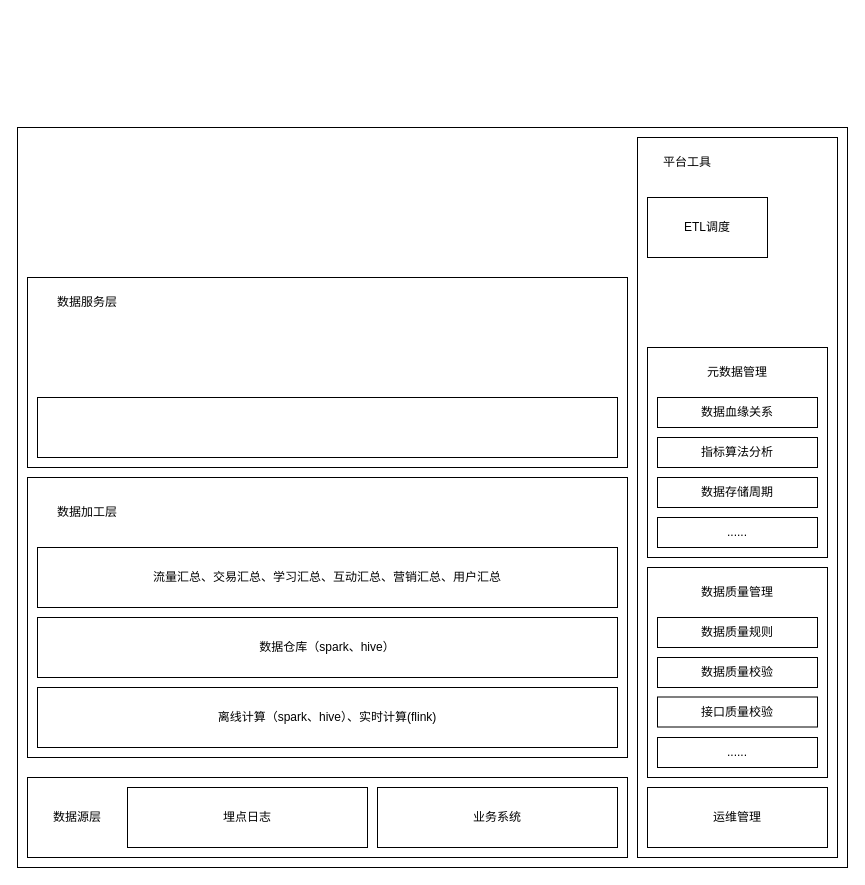
Before: 数仓功能架构.drawio in Jacoulin/draw, a draw.io diagram. Source tidied: cells renumbered, new cells numbered last; positions are measured from the earlier drawing's top-left corner, leaving out a move shared by most shapes. Both pictures are drawn from the tidied source at 100%, with x=0, y=0 at pixel (17, 127).
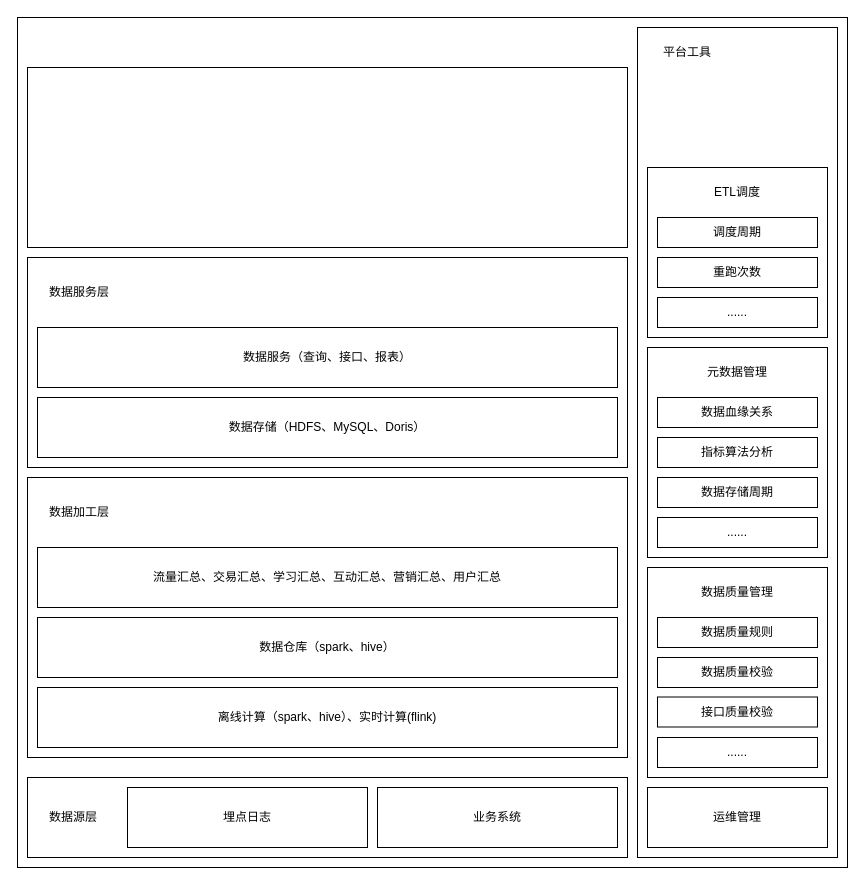
The same diagram, later.

Commit message (it also covers changes not shown here):
更新数仓功能架构.drawio

The edit, as a diff of the source:
```diff
@@
     <mxCell id="2" style="rounded=0;whiteSpace=wrap;html=1;" parent="1" vertex="1">
-      <mxGeometry width="830" height="740" as="geometry" />
+      <mxGeometry y="-110" width="830" height="850" as="geometry" />
     </mxCell>
@@
-    <mxCell id="4" value="数据加工层" style="text;html=1;strokeColor=none;fillColor=none;align=center;verticalAlign=middle;whiteSpace=wrap;rounded=0;" parent="1" vertex="1">
+    <mxCell id="4" value="数据加工层" style="text;html=1;strokeColor=none;fillColor=none;align=left;verticalAlign=middle;whiteSpace=wrap;rounded=0;" parent="1" vertex="1">
       <mxGeometry x="30" y="370" width="80" height="30" as="geometry" />
     </mxCell>
@@
-    <mxCell id="9" value="数据源层" style="text;html=1;strokeColor=none;fillColor=none;align=center;verticalAlign=middle;whiteSpace=wrap;rounded=0;" parent="1" vertex="1">
-      <mxGeometry x="30" y="675" width="60" height="30" as="geometry" />
-    </mxCell>
@@
     <mxCell id="12" style="rounded=0;whiteSpace=wrap;html=1;" parent="1" vertex="1">
-      <mxGeometry x="10" y="150" width="600" height="190" as="geometry" />
+      <mxGeometry x="10" y="130" width="600" height="210" as="geometry" />
     </mxCell>
-    <mxCell id="13" value="数据服务层" style="text;html=1;strokeColor=none;fillColor=none;align=center;verticalAlign=middle;whiteSpace=wrap;rounded=0;" parent="1" vertex="1">
-      <mxGeometry x="30" y="160" width="80" height="30" as="geometry" />
+    <mxCell id="13" value="数据服务层" style="text;html=1;strokeColor=none;fillColor=none;align=left;verticalAlign=middle;whiteSpace=wrap;rounded=0;" parent="1" vertex="1">
+      <mxGeometry x="30" y="150" width="80" height="30" as="geometry" />
     </mxCell>
-    <mxCell id="14" style="rounded=0;whiteSpace=wrap;html=1;" parent="1" vertex="1">
+    <mxCell id="14" value="数据存储（HDFS、MySQL、Doris）" style="rounded=0;whiteSpace=wrap;html=1;" parent="1" vertex="1">
       <mxGeometry x="20" y="270" width="580" height="60" as="geometry" />
     </mxCell>
     <mxCell id="15" style="rounded=0;whiteSpace=wrap;html=1;" parent="1" vertex="1">
-      <mxGeometry x="620" y="10" width="200" height="720" as="geometry" />
+      <mxGeometry x="620" y="-100" width="200" height="830" as="geometry" />
     </mxCell>
     <mxCell id="16" value="平台工具" style="text;html=1;strokeColor=none;fillColor=none;align=center;verticalAlign=middle;whiteSpace=wrap;rounded=0;" parent="1" vertex="1">
-      <mxGeometry x="630" y="20" width="80" height="30" as="geometry" />
+      <mxGeometry x="630" y="-90" width="80" height="30" as="geometry" />
     </mxCell>
-    <mxCell id="17" value="ETL调度" style="rounded=0;whiteSpace=wrap;html=1;" parent="1" vertex="1">
-      <mxGeometry x="630" y="70" width="120" height="60" as="geometry" />
+    <mxCell id="17" style="rounded=0;whiteSpace=wrap;html=1;" parent="1" vertex="1">
+      <mxGeometry x="630" y="40" width="180" height="170" as="geometry" />
     </mxCell>
@@
+    <mxCell id="31" value="......" style="rounded=0;whiteSpace=wrap;html=1;" parent="1" vertex="1">
+      <mxGeometry x="640" y="170" width="160" height="30" as="geometry" />
+    </mxCell>
+    <mxCell id="32" value="重跑次数" style="rounded=0;whiteSpace=wrap;html=1;" parent="1" vertex="1">
+      <mxGeometry x="640" y="130" width="160" height="30" as="geometry" />
+    </mxCell>
+    <mxCell id="33" value="调度周期" style="rounded=0;whiteSpace=wrap;html=1;" parent="1" vertex="1">
+      <mxGeometry x="640" y="90" width="160" height="30" as="geometry" />
+    </mxCell>
+    <mxCell id="34" value="ETL调度" style="text;html=1;strokeColor=none;fillColor=none;align=center;verticalAlign=middle;whiteSpace=wrap;rounded=0;" parent="1" vertex="1">
+      <mxGeometry x="640" y="50" width="160" height="30" as="geometry" />
+    </mxCell>
+    <mxCell id="35" style="rounded=0;whiteSpace=wrap;html=1;" parent="1" vertex="1">
+      <mxGeometry x="10" y="-60" width="600" height="180" as="geometry" />
+    </mxCell>
+    <mxCell id="36" value="数据服务（查询、接口、报表）" style="rounded=0;whiteSpace=wrap;html=1;" parent="1" vertex="1">
+      <mxGeometry x="20" y="200" width="580" height="60" as="geometry" />
+    </mxCell>
+    <mxCell id="9" value="数据源层" style="text;html=1;strokeColor=none;fillColor=none;align=left;verticalAlign=middle;whiteSpace=wrap;rounded=0;" parent="1" vertex="1">
+      <mxGeometry x="30" y="675" width="80" height="30" as="geometry" />
+    </mxCell>
```
